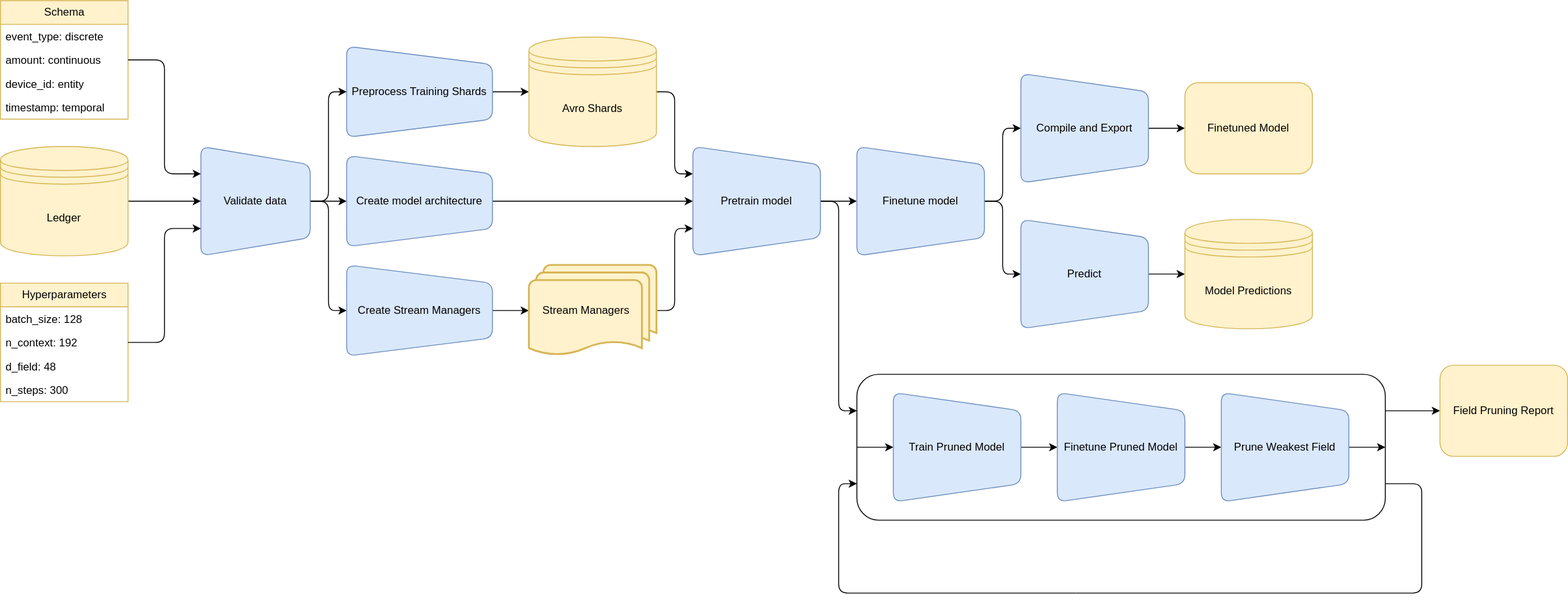
The draw.io diagram docs/diagrams/pipeline.drawio.svg in granthamtaylor/windmark, before a commit. Source tidied: cells renumbered, new cells last; positions are measured from the earlier drawing's top-left corner, leaving out a move shared by most shapes.
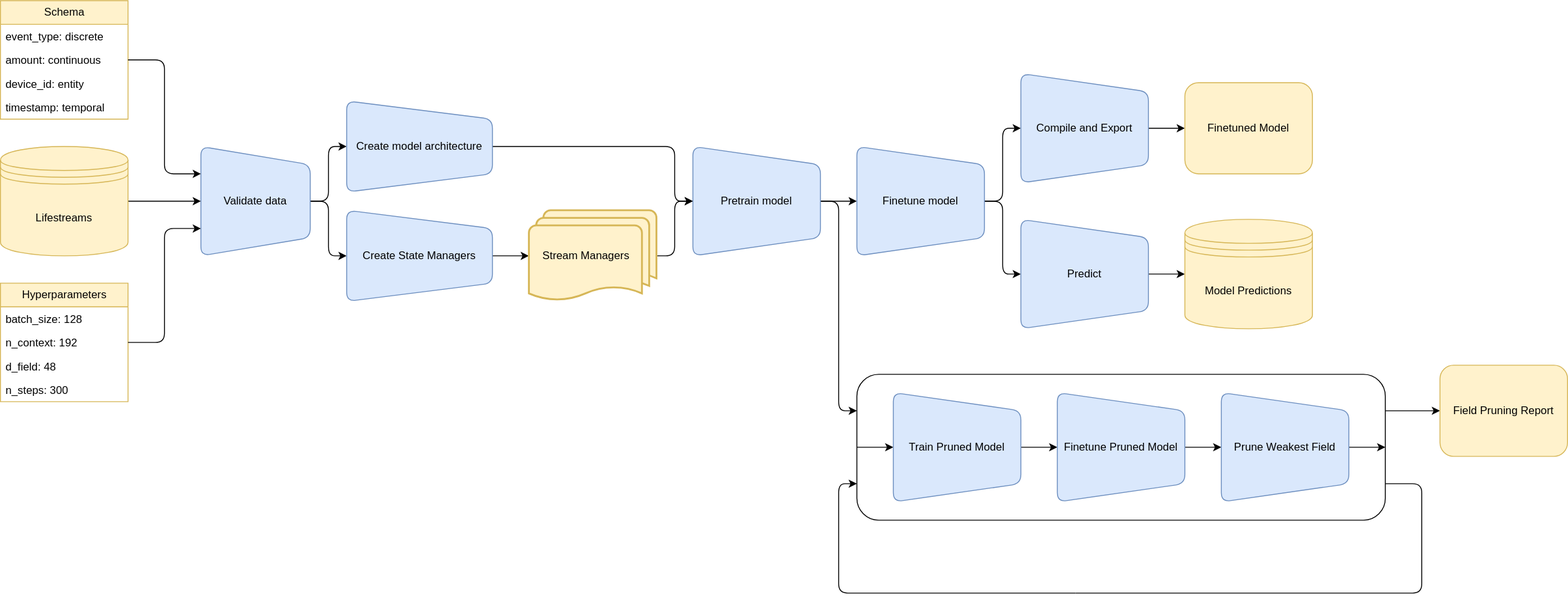
Above is the later version.

Change to the diagram source:
```diff
@@ -27,14 +27,6 @@
     <mxCell id="6" style="rounded=1;whiteSpace=wrap;html=1;fillColor=none;fontFamily=Arial;" parent="1" vertex="1">
       <mxGeometry x="940" y="410" width="580" height="160" as="geometry" />
     </mxCell>
-    <mxCell id="7" style="edgeStyle=elbowEdgeStyle;html=1;entryX=0.5;entryY=1;entryDx=0;entryDy=0;fontFamily=Arial;" parent="1" edge="1" target="20">
-      <mxGeometry relative="1" as="geometry">
-        <mxPoint x="340" y="220" as="sourcePoint" />
-        <Array as="points">
-          <mxPoint x="360" y="160" />
-        </Array>
-      </mxGeometry>
-    </mxCell>
     <mxCell id="8" style="edgeStyle=elbowEdgeStyle;html=1;fontFamily=Arial;" parent="1" edge="1" source="10" target="22">
       <mxGeometry relative="1" as="geometry" />
     </mxCell>
@@ -47,7 +39,7 @@
     <mxCell id="11" style="edgeStyle=elbowEdgeStyle;html=1;entryX=0.5;entryY=1;entryDx=0;entryDy=0;fontFamily=Arial;" parent="1" edge="1" source="12" target="10">
       <mxGeometry relative="1" as="geometry" />
     </mxCell>
-    <mxCell id="12" value="Ledger" style="shape=datastore;whiteSpace=wrap;html=1;fillColor=#fff2cc;strokeColor=#d6b656;fontFamily=Arial;" parent="1" vertex="1">
+    <mxCell id="12" value="Lifestreams" style="shape=datastore;whiteSpace=wrap;html=1;fillColor=#fff2cc;strokeColor=#d6b656;fontFamily=Arial;" parent="1" vertex="1">
       <mxGeometry y="160" width="140" height="120" as="geometry" />
     </mxCell>
     <mxCell id="13" value="Schema" style="swimlane;fontStyle=0;horizontal=1;startSize=26;fillColor=#fff2cc;html=1;strokeColor=#d6b656;fontFamily=Arial;" parent="1" vertex="1">
@@ -68,17 +60,15 @@
     <mxCell id="18" style="edgeStyle=elbowEdgeStyle;html=1;entryX=0.25;entryY=1;entryDx=0;entryDy=0;fontFamily=Arial;" parent="1" edge="1" source="15" target="10">
       <mxGeometry relative="1" as="geometry" />
     </mxCell>
-    <mxCell id="19" style="edgeStyle=elbowEdgeStyle;html=1;entryX=0;entryY=0.5;entryDx=0;entryDy=0;fontFamily=Arial;" parent="1" edge="1" source="20" target="43">
-      <mxGeometry relative="1" as="geometry" />
-    </mxCell>
-    <mxCell id="20" value="Preprocess Training Shards" style="shape=trapezoid;perimeter=trapezoidPerimeter;whiteSpace=wrap;html=1;fixedSize=1;direction=south;size=20;rounded=1;fillColor=#dae8fc;strokeColor=#6c8ebf;fontFamily=Arial;" parent="1" vertex="1">
-      <mxGeometry x="380" y="50" width="160" height="100" as="geometry" />
-    </mxCell>
-    <mxCell id="21" style="edgeStyle=elbowEdgeStyle;html=1;entryX=0.5;entryY=1;entryDx=0;entryDy=0;fontFamily=Arial;" parent="1" edge="1" source="22" target="25">
-      <mxGeometry relative="1" as="geometry" />
+    <mxCell id="21" style="edgeStyle=elbowEdgeStyle;html=1;entryX=0.5;entryY=1;entryDx=0;entryDy=0;fontFamily=Arial;exitX=0.5;exitY=0;exitDx=0;exitDy=0;" parent="1" edge="1" source="22" target="25">
+      <mxGeometry relative="1" as="geometry">
+        <Array as="points">
+          <mxPoint x="740" y="190" />
+        </Array>
+      </mxGeometry>
     </mxCell>
     <mxCell id="22" value="Create model architecture" style="shape=trapezoid;perimeter=trapezoidPerimeter;whiteSpace=wrap;html=1;fixedSize=1;direction=south;size=20;rounded=1;fillColor=#dae8fc;strokeColor=#6c8ebf;fontFamily=Arial;" parent="1" vertex="1">
-      <mxGeometry x="380" y="170" width="160" height="100" as="geometry" />
+      <mxGeometry x="380" y="110" width="160" height="100" as="geometry" />
     </mxCell>
     <mxCell id="23" style="edgeStyle=elbowEdgeStyle;html=1;entryX=0.5;entryY=1;entryDx=0;entryDy=0;fontFamily=Arial;" parent="1" edge="1" source="25" target="30">
       <mxGeometry relative="1" as="geometry" />
@@ -92,8 +82,8 @@
     <mxCell id="26" style="edgeStyle=none;html=1;entryX=0;entryY=0.5;entryDx=0;entryDy=0;entryPerimeter=0;fontFamily=Arial;" parent="1" edge="1" source="27" target="46">
       <mxGeometry relative="1" as="geometry" />
     </mxCell>
-    <mxCell id="27" value="Create Stream Managers" style="shape=trapezoid;perimeter=trapezoidPerimeter;whiteSpace=wrap;html=1;fixedSize=1;direction=south;size=20;rounded=1;fillColor=#dae8fc;strokeColor=#6c8ebf;fontFamily=Arial;" parent="1" vertex="1">
-      <mxGeometry x="380" y="290" width="160" height="100" as="geometry" />
+    <mxCell id="27" value="Create State Managers" style="shape=trapezoid;perimeter=trapezoidPerimeter;whiteSpace=wrap;html=1;fixedSize=1;direction=south;size=20;rounded=1;fillColor=#dae8fc;strokeColor=#6c8ebf;fontFamily=Arial;" parent="1" vertex="1">
+      <mxGeometry x="380" y="230" width="160" height="100" as="geometry" />
     </mxCell>
     <mxCell id="28" style="edgeStyle=elbowEdgeStyle;html=1;fontFamily=Arial;" parent="1" edge="1" source="30" target="32">
       <mxGeometry relative="1" as="geometry" />
@@ -137,20 +127,14 @@
     <mxCell id="41" value="Model Predictions" style="shape=datastore;whiteSpace=wrap;html=1;fillColor=#fff2cc;strokeColor=#d6b656;fontFamily=Arial;" parent="1" vertex="1">
       <mxGeometry x="1300" y="240" width="140" height="120" as="geometry" />
     </mxCell>
-    <mxCell id="42" style="edgeStyle=elbowEdgeStyle;html=1;entryX=0.25;entryY=1;entryDx=0;entryDy=0;fontFamily=Arial;" parent="1" edge="1" source="43" target="25">
-      <mxGeometry relative="1" as="geometry" />
-    </mxCell>
-    <mxCell id="43" value="Avro Shards" style="shape=datastore;whiteSpace=wrap;html=1;fillColor=#fff2cc;strokeColor=#d6b656;fontFamily=Arial;" parent="1" vertex="1">
-      <mxGeometry x="580" y="40" width="140" height="120" as="geometry" />
-    </mxCell>
     <mxCell id="44" value="Finetuned Model" style="rounded=1;whiteSpace=wrap;html=1;fillColor=#fff2cc;strokeColor=#d6b656;fontFamily=Arial;" parent="1" vertex="1">
       <mxGeometry x="1300" y="90" width="140" height="100" as="geometry" />
     </mxCell>
-    <mxCell id="45" style="edgeStyle=elbowEdgeStyle;html=1;entryX=0.75;entryY=1;entryDx=0;entryDy=0;fontFamily=Arial;" parent="1" edge="1" source="46" target="25">
+    <mxCell id="45" style="edgeStyle=elbowEdgeStyle;html=1;entryX=0.5;entryY=1;entryDx=0;entryDy=0;fontFamily=Arial;" parent="1" edge="1" source="46" target="25">
       <mxGeometry relative="1" as="geometry" />
     </mxCell>
     <mxCell id="46" value="Stream Managers" style="strokeWidth=2;html=1;shape=mxgraph.flowchart.multi-document;whiteSpace=wrap;fillColor=#fff2cc;strokeColor=#d6b656;spacingRight=14;fontFamily=Arial;" parent="1" vertex="1">
-      <mxGeometry x="580" y="290" width="140" height="100" as="geometry" />
+      <mxGeometry x="580" y="230" width="140" height="100" as="geometry" />
     </mxCell>
     <mxCell id="47" style="edgeStyle=none;html=1;fontFamily=Arial;" parent="1" edge="1" source="48" target="50">
       <mxGeometry relative="1" as="geometry" />
```
